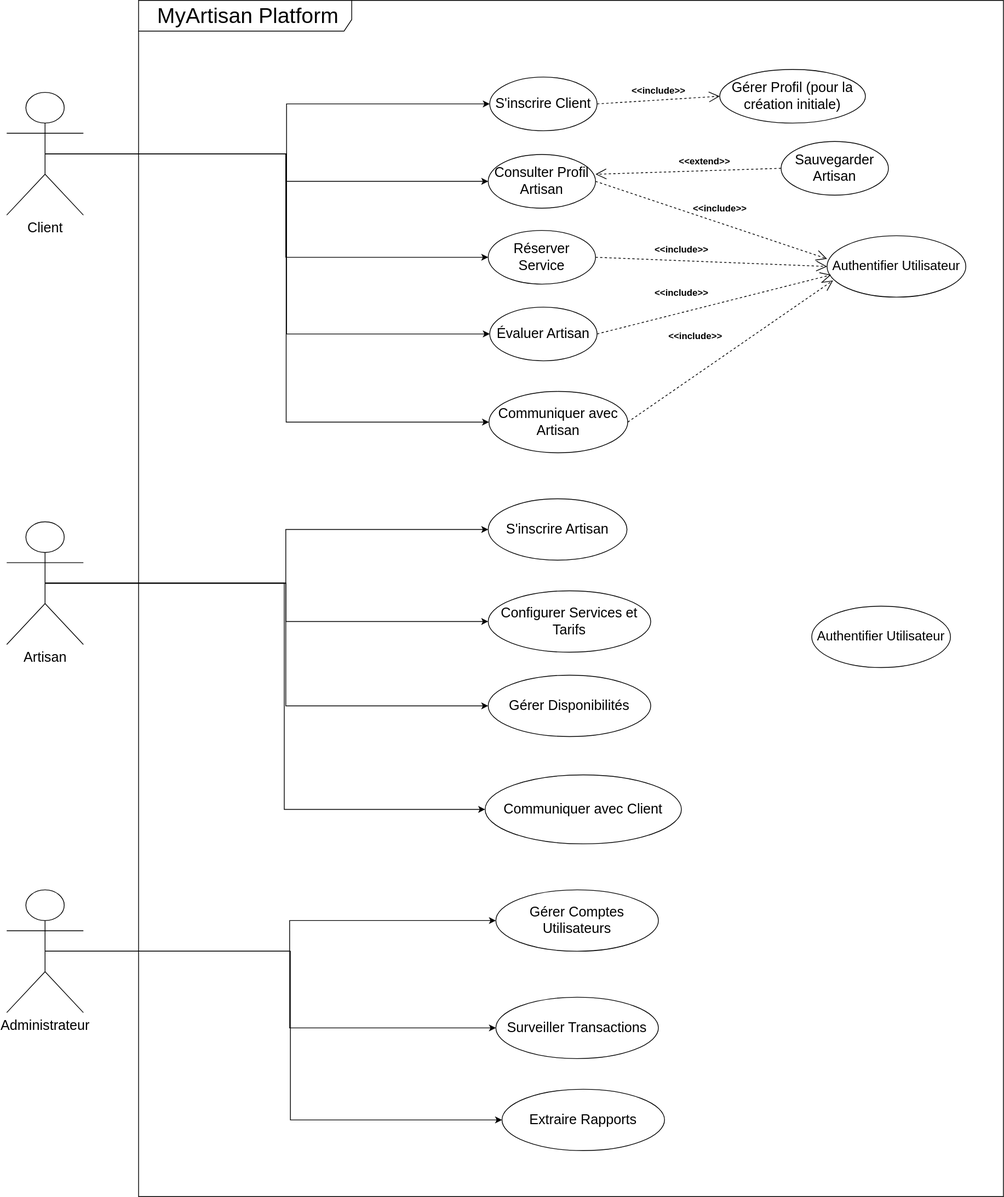
This is Documentation/Conception/Diagrammes UML/diagrammeUsesCas.drawio.svg from mohamedm999/TheMyArtisan, a draw.io export, as it was before one commit. Source tidied: cells renumbered, new cells last; positions are measured from the earlier drawing's top-left corner, leaving out a move shared by most shapes.
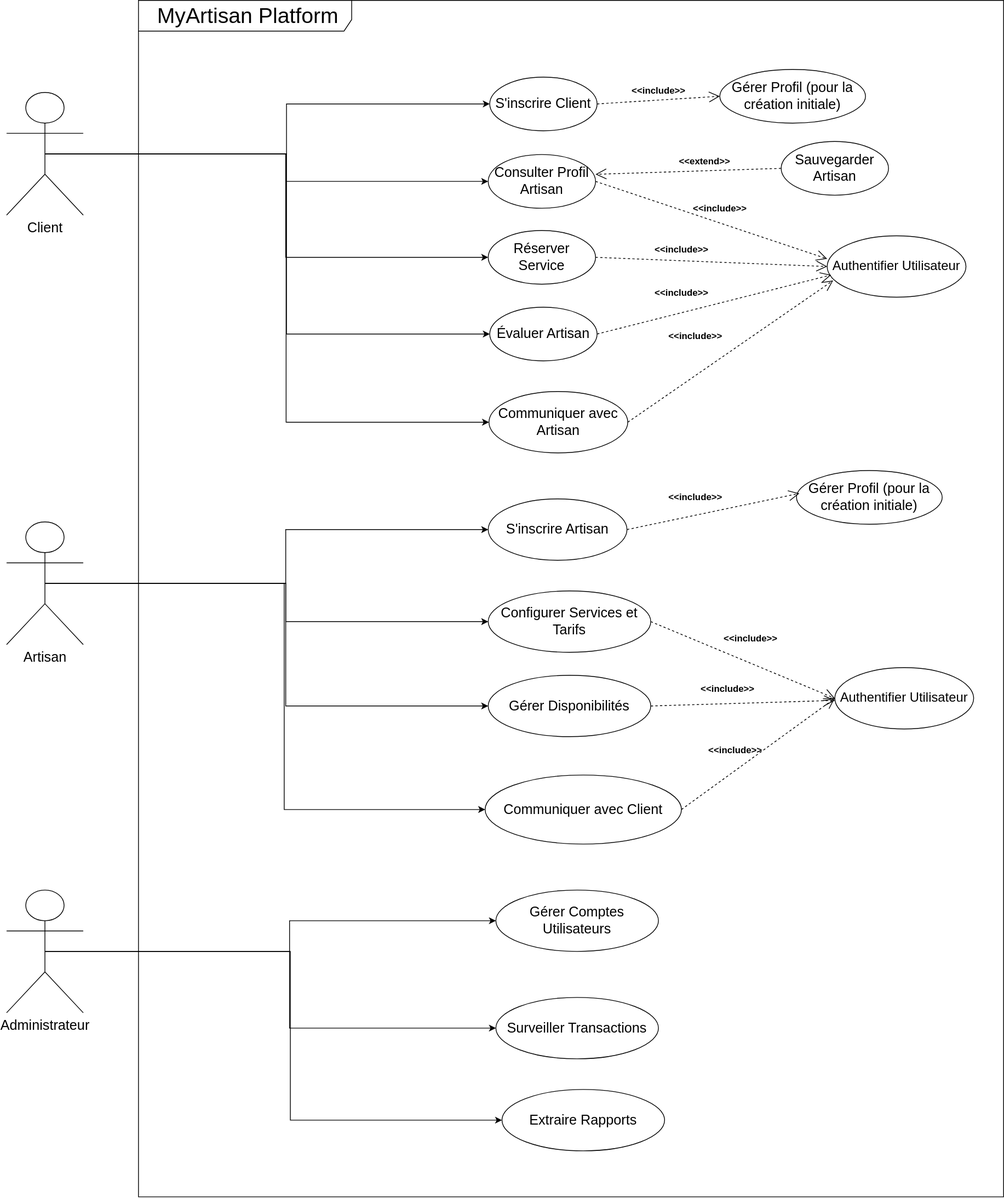
The same file after the commit.

Diff of the diagram source:
```diff
@@ -119,7 +119,7 @@
       <mxGeometry x="858" y="420" width="80" height="36" as="geometry" />
     </mxCell>
     <mxCell id="39" value="&lt;font style=&quot;font-size: 17px;&quot;&gt;Authentifier Utilisateur&lt;/font&gt;" style="ellipse;whiteSpace=wrap;html=1;" parent="1" vertex="1">
-      <mxGeometry x="1050" y="790" width="181" height="80" as="geometry" />
+      <mxGeometry x="1080" y="870" width="181" height="80" as="geometry" />
     </mxCell>
     <mxCell id="40" value="&lt;span style=&quot;font-size: 18px;&quot;&gt;Gérer Profil (pour la création initiale)&lt;/span&gt;" style="ellipse;whiteSpace=wrap;html=1;" parent="1" vertex="1">
       <mxGeometry x="930" y="90" width="190" height="70" as="geometry" />
@@ -139,5 +139,32 @@
     <mxCell id="45" value="&amp;lt;&amp;lt;extend&amp;gt;&amp;gt;" style="text;align=center;fontStyle=1;verticalAlign=middle;spacingLeft=3;spacingRight=3;strokeColor=none;html=1;" parent="1" vertex="1">
       <mxGeometry x="870" y="192" width="80" height="36" as="geometry" />
     </mxCell>
+    <mxCell id="46" value="&lt;span style=&quot;font-size: 18px;&quot;&gt;Gérer Profil (pour la création initiale)&lt;/span&gt;" style="ellipse;whiteSpace=wrap;html=1;" parent="1" vertex="1">
+      <mxGeometry x="1030" y="613" width="190" height="70" as="geometry" />
+    </mxCell>
+    <mxCell id="47" value="&amp;lt;&amp;lt;include&amp;gt;&amp;gt;" style="text;align=center;fontStyle=1;verticalAlign=middle;spacingLeft=3;spacingRight=3;strokeColor=none;html=1;" parent="1" vertex="1">
+      <mxGeometry x="858" y="630" width="80" height="36" as="geometry" />
+    </mxCell>
+    <mxCell id="48" style="endArrow=open;endSize=12;dashed=1;html=1;rounded=0;exitX=1;exitY=0.5;exitDx=0;exitDy=0;entryX=0.02;entryY=0.426;entryDx=0;entryDy=0;entryPerimeter=0;" parent="1" edge="1" source="23" target="46">
+      <mxGeometry relative="1" as="geometry" />
+    </mxCell>
+    <mxCell id="49" style="endArrow=open;endSize=12;dashed=1;html=1;rounded=0;exitX=1;exitY=0.5;exitDx=0;exitDy=0;entryX=0;entryY=0.5;entryDx=0;entryDy=0;" parent="1" edge="1" source="24" target="39">
+      <mxGeometry relative="1" as="geometry" />
+    </mxCell>
+    <mxCell id="50" style="endArrow=open;endSize=12;dashed=1;html=1;rounded=0;exitX=1;exitY=0.5;exitDx=0;exitDy=0;" parent="1" edge="1" source="25" target="39">
+      <mxGeometry relative="1" as="geometry" />
+    </mxCell>
+    <mxCell id="51" style="endArrow=open;endSize=12;dashed=1;html=1;rounded=0;exitX=1;exitY=0.5;exitDx=0;exitDy=0;entryX=0;entryY=0.5;entryDx=0;entryDy=0;" parent="1" edge="1" source="26" target="39">
+      <mxGeometry relative="1" as="geometry" />
+    </mxCell>
+    <mxCell id="52" value="&amp;lt;&amp;lt;include&amp;gt;&amp;gt;" style="text;align=center;fontStyle=1;verticalAlign=middle;spacingLeft=3;spacingRight=3;strokeColor=none;html=1;" parent="1" vertex="1">
+      <mxGeometry x="930" y="814" width="80" height="36" as="geometry" />
+    </mxCell>
+    <mxCell id="53" value="&amp;lt;&amp;lt;include&amp;gt;&amp;gt;" style="text;align=center;fontStyle=1;verticalAlign=middle;spacingLeft=3;spacingRight=3;strokeColor=none;html=1;" parent="1" vertex="1">
+      <mxGeometry x="900" y="880" width="80" height="36" as="geometry" />
+    </mxCell>
+    <mxCell id="54" value="&amp;lt;&amp;lt;include&amp;gt;&amp;gt;" style="text;align=center;fontStyle=1;verticalAlign=middle;spacingLeft=3;spacingRight=3;strokeColor=none;html=1;" parent="1" vertex="1">
+      <mxGeometry x="910" y="960" width="80" height="36" as="geometry" />
+    </mxCell>
   </root>
 </mxGraphModel>
```
